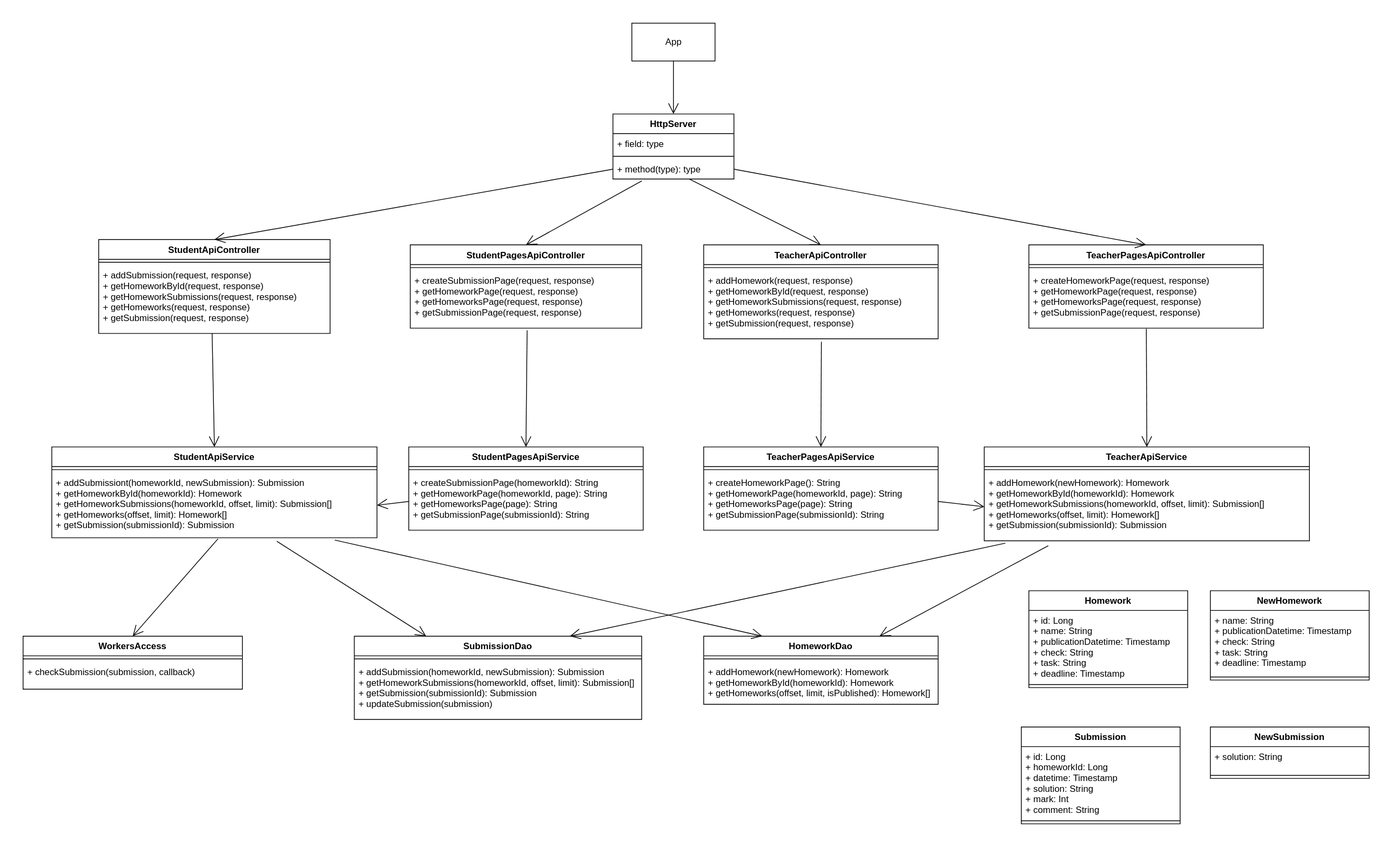
This is images/classes.svg from KaperD/HSE-SD-MyHwProj, a draw.io export, as it was before one commit. Source tidied: cells renumbered, new cells last; positions are measured from the earlier drawing's top-left corner, leaving out a move shared by most shapes.
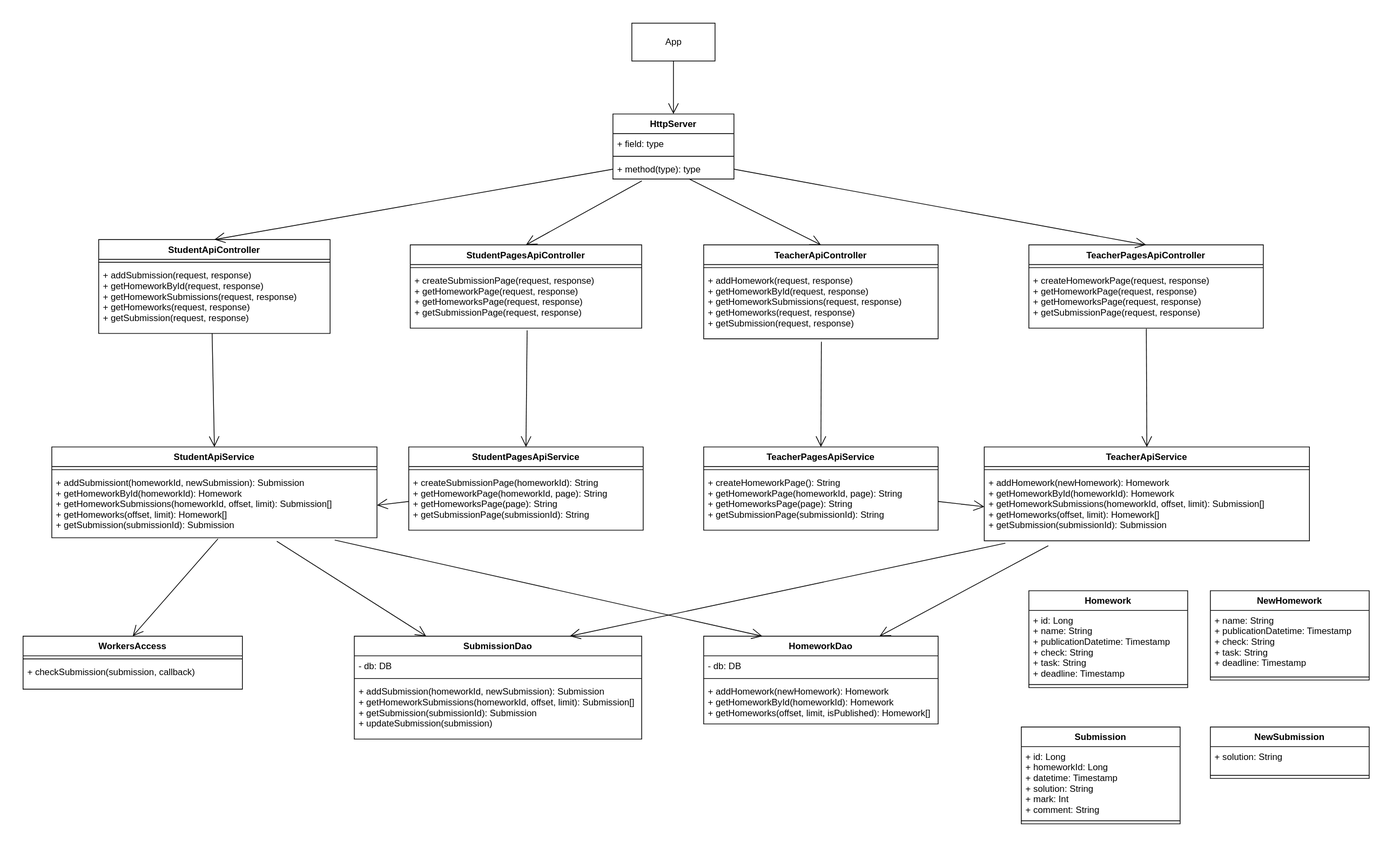
Above is the later version.

Commit message:
Add db field to DAOs

The edit, as a diff of the source:
```diff
@@ -161,22 +161,28 @@
       <mxGeometry relative="1" as="geometry" />
     </mxCell>
     <mxCell id="54" value="HomeworkDao" style="swimlane;fontStyle=1;align=center;verticalAlign=top;horizontal=1;startSize=26;" parent="1" vertex="1">
-      <mxGeometry x="900" y="810" width="310" height="90" as="geometry" />
+      <mxGeometry x="900" y="810" width="310" height="116" as="geometry" />
     </mxCell>
+    <mxCell id="68" value="- db: DB" style="text;strokeColor=none;fillColor=none;align=left;verticalAlign=top;spacingLeft=4;spacingRight=4;overflow=hidden;" parent="54" vertex="1">
+      <mxGeometry y="26" width="310" height="26" as="geometry" />
+    </mxCell>
     <mxCell id="55" style="line;strokeWidth=1;fillColor=none;align=left;verticalAlign=middle;spacingTop=-1;spacingLeft=3;spacingRight=3;labelPosition=right;" parent="54" vertex="1">
-      <mxGeometry y="26" width="310" height="8" as="geometry" />
+      <mxGeometry y="52" width="310" height="8" as="geometry" />
     </mxCell>
     <mxCell id="56" value="+ addHomework(newHomework): Homework&#10;+ getHomeworkById(homeworkId): Homework&#10;+ getHomeworks(offset, limit, isPublished): Homework[]&#10;" style="text;strokeColor=none;fillColor=none;align=left;verticalAlign=top;spacingLeft=4;spacingRight=4;overflow=hidden;" parent="54" vertex="1">
-      <mxGeometry y="34" width="310" height="56" as="geometry" />
+      <mxGeometry y="60" width="310" height="56" as="geometry" />
     </mxCell>
     <mxCell id="57" value="SubmissionDao" style="swimlane;fontStyle=1;align=center;verticalAlign=top;horizontal=1;startSize=26;" parent="1" vertex="1">
-      <mxGeometry x="438" y="810" width="380" height="110" as="geometry" />
+      <mxGeometry x="438" y="810" width="380" height="136" as="geometry" />
     </mxCell>
+    <mxCell id="69" value="- db: DB" style="text;strokeColor=none;fillColor=none;align=left;verticalAlign=top;spacingLeft=4;spacingRight=4;overflow=hidden;" parent="57" vertex="1">
+      <mxGeometry y="26" width="380" height="26" as="geometry" />
+    </mxCell>
     <mxCell id="58" style="line;strokeWidth=1;fillColor=none;align=left;verticalAlign=middle;spacingTop=-1;spacingLeft=3;spacingRight=3;labelPosition=right;" parent="57" vertex="1">
-      <mxGeometry y="26" width="380" height="8" as="geometry" />
+      <mxGeometry y="52" width="380" height="8" as="geometry" />
     </mxCell>
     <mxCell id="59" value="+ addSubmission(homeworkId, newSubmission): Submission&#10;+ getHomeworkSubmissions(homeworkId, offset, limit): Submission[]&#10;+ getSubmission(submissionId): Submission&#10;+ updateSubmission(submission)" style="text;strokeColor=none;fillColor=none;align=left;verticalAlign=top;spacingLeft=4;spacingRight=4;overflow=hidden;" parent="57" vertex="1">
-      <mxGeometry y="34" width="380" height="76" as="geometry" />
+      <mxGeometry y="60" width="380" height="76" as="geometry" />
     </mxCell>
     <mxCell id="60" style="endArrow=open;endFill=1;endSize=12;html=1;rounded=0;entryX=0.75;entryY=0;entryDx=0;entryDy=0;exitX=0.197;exitY=1.072;exitDx=0;exitDy=0;exitPerimeter=0;" parent="1" edge="1" source="47" target="54">
       <mxGeometry relative="1" as="geometry" />
```
